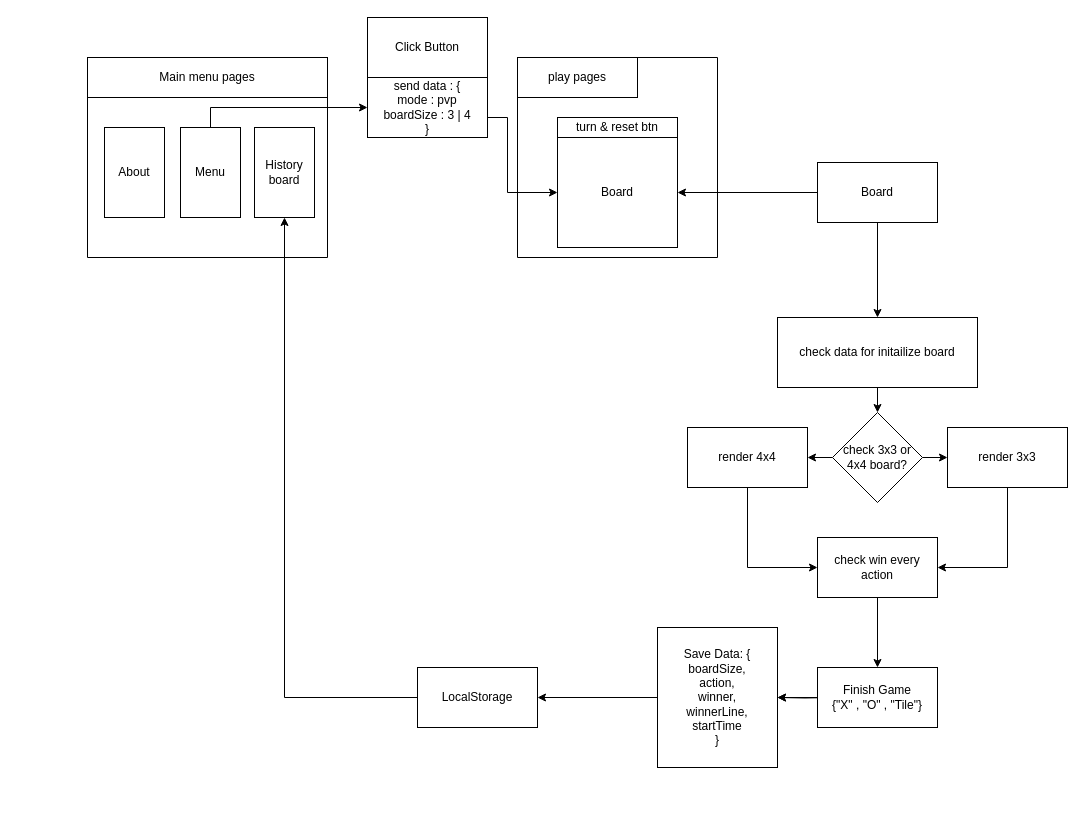
LittleT0fu/nextjs-xo-game keeps this draw.io diagram as Diagram.drawio. Above is the earlier version. Source tidied: cells renumbered, new cells numbered last; positions are measured from the earlier drawing's top-left corner, leaving out a move shared by most shapes. Both pictures are drawn from the tidied source at 100%, with x=0, y=0 at pixel (87, 17).
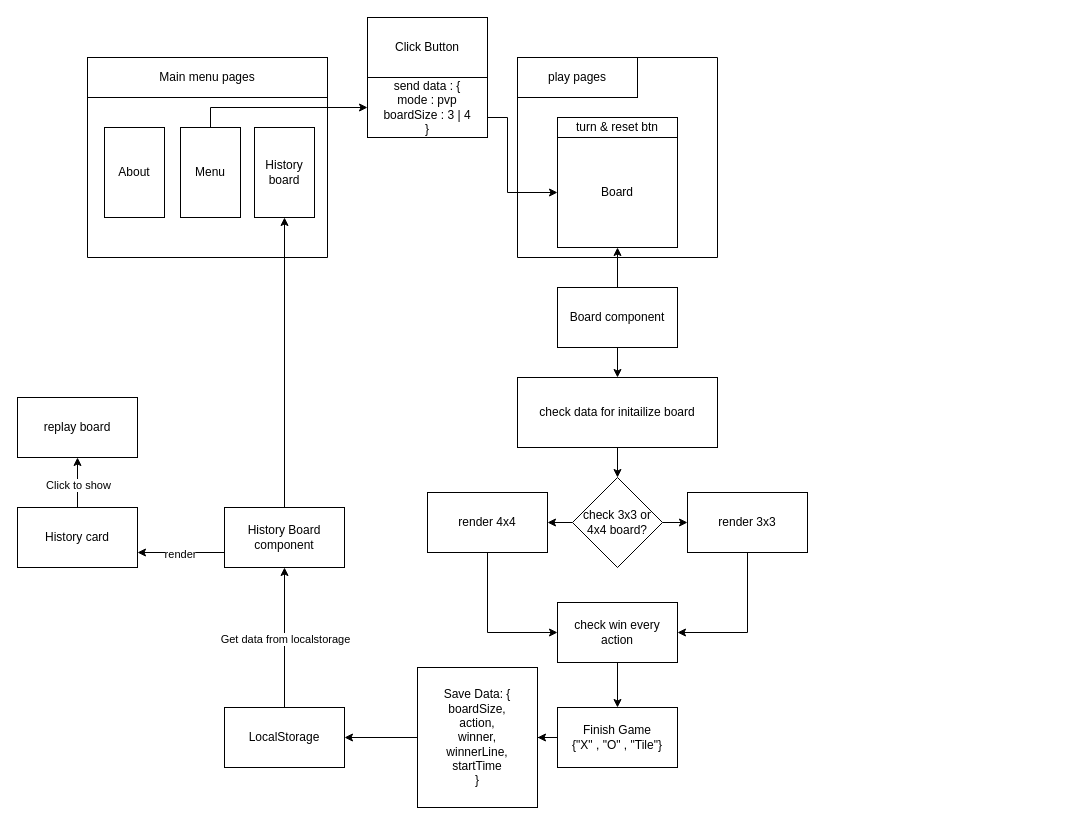
The same page after the edit.

The change refers to these unchanged cells:
```xml
<mxCell id="6" value="History board" style="whiteSpace=wrap;html=1;" parent="2" vertex="1">
  <mxGeometry x="167" y="70" width="60" height="90" as="geometry" />
</mxCell>
<mxCell id="8" value="Board" style="whiteSpace=wrap;html=1;" parent="7" vertex="1">
  <mxGeometry x="40" y="80" width="120" height="110" as="geometry" />
</mxCell>
```

The edit, as a diff of the source:
```diff
@@
+    <mxCell id="14" style="edgeStyle=orthogonalEdgeStyle;rounded=0;jettySize=auto;html=1;exitX=0.5;exitY=0;exitDx=0;exitDy=0;" parent="1" edge="1" source="15" target="8">
+      <mxGeometry relative="1" as="geometry" />
+    </mxCell>
-    <mxCell id="13" style="edgeStyle=orthogonalEdgeStyle;rounded=0;jettySize=auto;html=1;exitX=0.5;exitY=1;exitDx=0;exitDy=0;" parent="1" edge="1" source="15" target="17">
+    <mxCell id="13" style="edgeStyle=orthogonalEdgeStyle;rounded=0;jettySize=auto;html=1;exitX=0.5;exitY=1;exitDx=0;exitDy=0;entryX=0.5;entryY=0;entryDx=0;entryDy=0;" parent="1" edge="1" source="15" target="17">
       <mxGeometry relative="1" as="geometry" />
     </mxCell>
-    <mxCell id="14" style="edgeStyle=orthogonalEdgeStyle;rounded=0;jettySize=auto;html=1;exitX=0;exitY=0.5;exitDx=0;exitDy=0;entryX=1;entryY=0.5;entryDx=0;entryDy=0;" parent="1" edge="1" source="15" target="8">
-      <mxGeometry relative="1" as="geometry" />
-    </mxCell>
-    <mxCell id="15" value="Board" style="whiteSpace=wrap;html=1;" parent="1" vertex="1">
-      <mxGeometry x="730" y="145" width="120" height="60" as="geometry" />
+    <mxCell id="15" value="Board component" style="whiteSpace=wrap;html=1;" parent="1" vertex="1">
+      <mxGeometry x="470" y="270" width="120" height="60" as="geometry" />
     </mxCell>
@@
     <mxCell id="17" value="check data for initailize board" style="rounded=0;whiteSpace=wrap;html=1;" parent="1" vertex="1">
-      <mxGeometry x="690" y="300" width="200" height="70" as="geometry" />
+      <mxGeometry x="430" y="360" width="200" height="70" as="geometry" />
     </mxCell>
@@
     <mxCell id="20" value="check 3x3 or 4x4 board?" style="rhombus;whiteSpace=wrap;html=1;" parent="1" vertex="1">
-      <mxGeometry x="745" y="395" width="90" height="90" as="geometry" />
+      <mxGeometry x="485" y="460" width="90" height="90" as="geometry" />
     </mxCell>
@@
     <mxCell id="22" value="render 4x4" style="whiteSpace=wrap;html=1;" parent="1" vertex="1">
-      <mxGeometry x="600" y="410" width="120" height="60" as="geometry" />
+      <mxGeometry x="340" y="475" width="120" height="60" as="geometry" />
     </mxCell>
@@
     <mxCell id="24" value="render 3x3" style="whiteSpace=wrap;html=1;" parent="1" vertex="1">
-      <mxGeometry x="860" y="410" width="120" height="60" as="geometry" />
+      <mxGeometry x="600" y="475" width="120" height="60" as="geometry" />
     </mxCell>
-    <mxCell id="25" style="edgeStyle=orthogonalEdgeStyle;rounded=0;jettySize=auto;html=1;exitX=0;exitY=0.5;exitDx=0;exitDy=0;entryX=1;entryY=0.5;entryDx=0;entryDy=0;" parent="1" edge="1" source="26" target="31">
+    <mxCell id="25" style="edgeStyle=orthogonalEdgeStyle;rounded=0;jettySize=auto;html=1;" parent="1" edge="1" source="26" target="31">
       <mxGeometry relative="1" as="geometry" />
     </mxCell>
     <mxCell id="26" value="Save Data: {&lt;div&gt;boardSize,&lt;/div&gt;&lt;div&gt;action,&lt;/div&gt;&lt;div&gt;winner,&lt;/div&gt;&lt;div&gt;winnerLine,&lt;/div&gt;&lt;div&gt;startTime&lt;/div&gt;&lt;div&gt;}&lt;/div&gt;" style="whiteSpace=wrap;html=1;" parent="1" vertex="1">
-      <mxGeometry x="570" y="610" width="120" height="140" as="geometry" />
+      <mxGeometry x="330" y="650" width="120" height="140" as="geometry" />
     </mxCell>
@@
     <mxCell id="28" value="check win every action" style="whiteSpace=wrap;html=1;" parent="1" vertex="1">
-      <mxGeometry x="730" y="520" width="120" height="60" as="geometry" />
+      <mxGeometry x="470" y="585" width="120" height="60" as="geometry" />
     </mxCell>
-    <mxCell id="29" style="edgeStyle=orthogonalEdgeStyle;rounded=0;jettySize=auto;html=1;exitX=0;exitY=0.5;exitDx=0;exitDy=0;entryX=1;entryY=0.5;entryDx=0;entryDy=0;" parent="1" edge="1" target="26">
-      <mxGeometry relative="1" as="geometry">
-        <mxPoint x="745" y="680" as="sourcePoint" />
-      </mxGeometry>
-    </mxCell>
-    <mxCell id="30" style="edgeStyle=orthogonalEdgeStyle;rounded=0;jettySize=auto;html=1;exitX=0;exitY=0.5;exitDx=0;exitDy=0;entryX=0.5;entryY=1;entryDx=0;entryDy=0;" parent="1" edge="1" source="31" target="6">
-      <mxGeometry relative="1" as="geometry" />
-    </mxCell>
+    <mxCell id="36" style="edgeStyle=orthogonalEdgeStyle;rounded=0;jettySize=auto;html=1;exitX=0.5;exitY=0;exitDx=0;exitDy=0;entryX=0.5;entryY=1;entryDx=0;entryDy=0;" parent="1" edge="1" source="31" target="41">
+      <mxGeometry relative="1" as="geometry" />
+    </mxCell>
+    <mxCell id="37" value="Get data from localstorage" style="edgeLabel;html=1;align=center;verticalAlign=middle;" parent="36" vertex="1">
+      <mxGeometry x="-0.01" relative="1" as="geometry" />
+    </mxCell>
     <mxCell id="31" value="LocalStorage" style="whiteSpace=wrap;html=1;" parent="1" vertex="1">
-      <mxGeometry x="330" y="650" width="120" height="60" as="geometry" />
+      <mxGeometry x="137" y="690" width="120" height="60" as="geometry" />
     </mxCell>
@@
     <mxCell id="33" value="Finish Game&lt;div&gt;{&quot;X&quot; , &quot;O&quot; , &quot;Tile&quot;}&lt;/div&gt;" style="rounded=0;whiteSpace=wrap;html=1;" parent="1" vertex="1">
-      <mxGeometry x="730" y="650" width="120" height="60" as="geometry" />
+      <mxGeometry x="470" y="690" width="120" height="60" as="geometry" />
     </mxCell>
@@
+    <mxCell id="38" style="edgeStyle=orthogonalEdgeStyle;rounded=0;jettySize=auto;html=1;exitX=0;exitY=0.75;exitDx=0;exitDy=0;entryX=1;entryY=0.75;entryDx=0;entryDy=0;" parent="1" edge="1" source="41" target="44">
+      <mxGeometry relative="1" as="geometry" />
+    </mxCell>
+    <mxCell id="39" value="render" style="edgeLabel;html=1;align=center;verticalAlign=middle;" parent="38" vertex="1">
+      <mxGeometry x="0.04" y="1" relative="1" as="geometry" />
+    </mxCell>
+    <mxCell id="40" style="edgeStyle=orthogonalEdgeStyle;rounded=0;jettySize=auto;html=1;exitX=0.5;exitY=0;exitDx=0;exitDy=0;entryX=0.5;entryY=1;entryDx=0;entryDy=0;" parent="1" edge="1" source="41" target="6">
+      <mxGeometry relative="1" as="geometry" />
+    </mxCell>
+    <mxCell id="41" value="History Board component" style="rounded=0;whiteSpace=wrap;html=1;" parent="1" vertex="1">
+      <mxGeometry x="137" y="490" width="120" height="60" as="geometry" />
+    </mxCell>
+    <mxCell id="42" style="edgeStyle=orthogonalEdgeStyle;rounded=0;jettySize=auto;html=1;exitX=0.5;exitY=0;exitDx=0;exitDy=0;entryX=0.5;entryY=1;entryDx=0;entryDy=0;" parent="1" edge="1" source="44" target="45">
+      <mxGeometry relative="1" as="geometry" />
+    </mxCell>
+    <mxCell id="43" value="Click to show" style="edgeLabel;html=1;align=center;verticalAlign=middle;" parent="42" vertex="1">
+      <mxGeometry x="-0.07" relative="1" as="geometry" />
+    </mxCell>
+    <mxCell id="44" value="History card" style="whiteSpace=wrap;html=1;" parent="1" vertex="1">
+      <mxGeometry x="-70" y="490" width="120" height="60" as="geometry" />
+    </mxCell>
+    <mxCell id="45" value="replay board" style="whiteSpace=wrap;html=1;" parent="1" vertex="1">
+      <mxGeometry x="-70" y="380" width="120" height="60" as="geometry" />
+    </mxCell>
```
